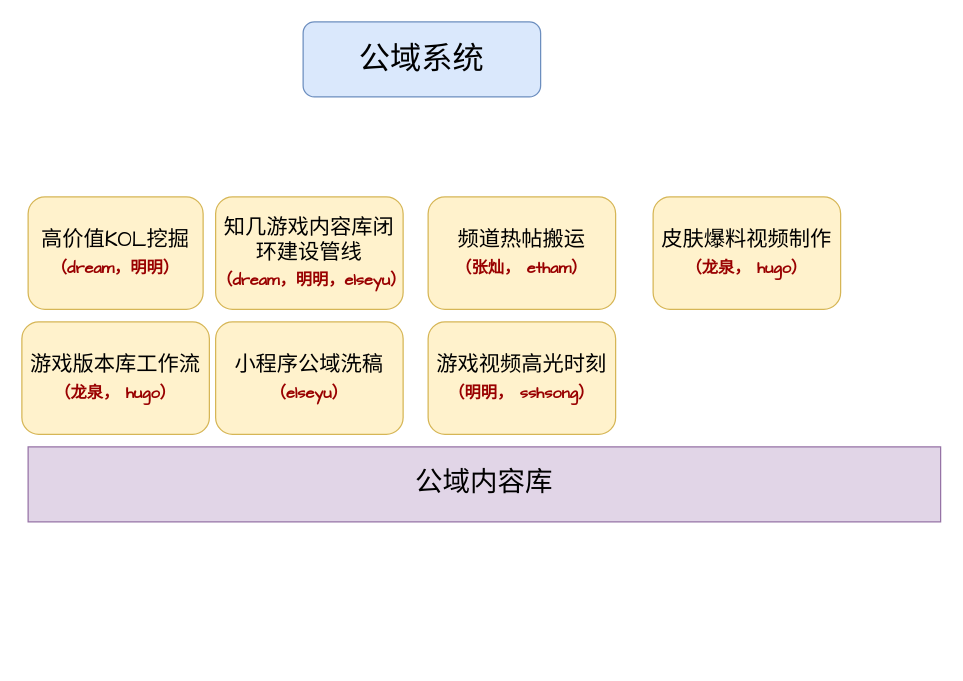
The draw.io diagram 私域整体.drawio in skindhu/9GAG, before the edit. Source tidied: cells renumbered, new cells numbered last; positions are measured from the earlier drawing's top-left corner, leaving out a move shared by most shapes. Both pictures are drawn from the tidied source at 125%, with x=0, y=0 at pixel (21, 21).
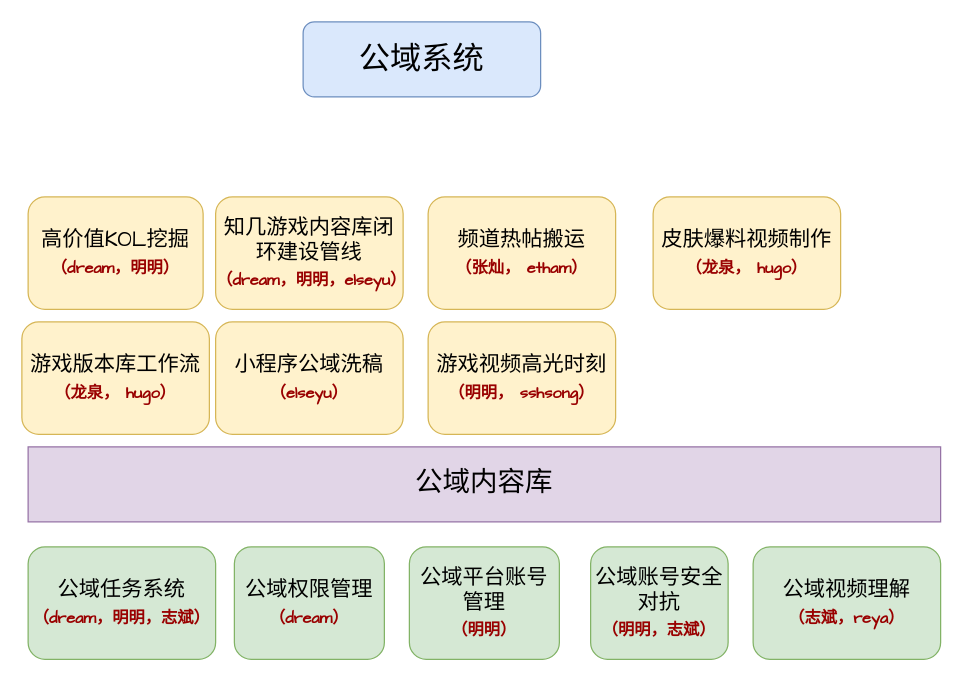
The same page after the edit.

Change to the diagram source:
```diff
@@
 <mxGraphModel>
   <root>
     <mxCell id="0" />
     <mxCell id="1" parent="0" />
     <mxCell id="2" value="公域系统" style="text;html=1;whiteSpace=wrap;strokeColor=#6c8ebf;fillColor=#dae8fc;align=center;verticalAlign=middle;rounded=1;fontFamily=Architects Daughter;fontSize=25;" parent="1" vertex="1">
       <mxGeometry x="225" width="190" height="60" as="geometry" />
     </mxCell>
     <mxCell id="3" value="公域内容库" style="rounded=0;whiteSpace=wrap;html=1;hachureGap=4;fontFamily=Architects Daughter;fontSize=22;fillColor=#e1d5e7;strokeColor=#9673a6;" parent="1" vertex="1">
       <mxGeometry x="5" y="340" width="730" height="60" as="geometry" />
     </mxCell>
     <mxCell id="4" value="知几游戏内容库闭环建设管线&lt;div&gt;&lt;b&gt;&lt;font style=&quot;font-size: 13px; color: rgb(153, 0, 0);&quot;&gt;（dream，明明，elseyu）&lt;/font&gt;&lt;/b&gt;&lt;/div&gt;" style="rounded=1;whiteSpace=wrap;html=1;hachureGap=4;fontFamily=Architects Daughter;fontSize=17;fillColor=#fff2cc;strokeColor=#d6b656;" parent="1" vertex="1">
       <mxGeometry x="155" y="140" width="150" height="90" as="geometry" />
     </mxCell>
     <mxCell id="5" value="高价值KOL挖掘&lt;div&gt;&lt;b&gt;&lt;font style=&quot;font-size: 13px; color: rgb(153, 0, 0);&quot;&gt;（dream，明明）&lt;/font&gt;&lt;/b&gt;&lt;/div&gt;" style="rounded=1;whiteSpace=wrap;html=1;hachureGap=4;fontFamily=Architects Daughter;fontSize=17;fillColor=#fff2cc;strokeColor=#d6b656;" parent="1" vertex="1">
       <mxGeometry x="5" y="140" width="140" height="90" as="geometry" />
     </mxCell>
     <mxCell id="6" value="皮肤爆料视频制作&lt;div&gt;&lt;b&gt;&lt;font style=&quot;font-size: 13px; color: rgb(153, 0, 0);&quot;&gt;（龙泉， hugo）&lt;/font&gt;&lt;/b&gt;&lt;/div&gt;" style="rounded=1;whiteSpace=wrap;html=1;hachureGap=4;fontFamily=Architects Daughter;fontSize=17;fillColor=#fff2cc;strokeColor=#d6b656;" parent="1" vertex="1">
       <mxGeometry x="505" y="140" width="150" height="90" as="geometry" />
     </mxCell>
     <mxCell id="7" value="频道热帖搬运&lt;div&gt;&lt;b&gt;&lt;font style=&quot;font-size: 13px; color: rgb(153, 0, 0);&quot;&gt;（张灿， etham）&lt;/font&gt;&lt;/b&gt;&lt;/div&gt;" style="rounded=1;whiteSpace=wrap;html=1;hachureGap=4;fontFamily=Architects Daughter;fontSize=17;fillColor=#fff2cc;strokeColor=#d6b656;" parent="1" vertex="1">
       <mxGeometry x="325" y="140" width="150" height="90" as="geometry" />
     </mxCell>
     <mxCell id="8" value="小程序公域洗稿&lt;div&gt;&lt;b&gt;&lt;font style=&quot;font-size: 13px; color: rgb(153, 0, 0);&quot;&gt;（elseyu）&lt;/font&gt;&lt;/b&gt;&lt;/div&gt;" style="rounded=1;whiteSpace=wrap;html=1;hachureGap=4;fontFamily=Architects Daughter;fontSize=17;fillColor=#fff2cc;strokeColor=#d6b656;" parent="1" vertex="1">
       <mxGeometry x="155" y="240" width="150" height="90" as="geometry" />
     </mxCell>
     <mxCell id="9" value="游戏版本库工作流&lt;div&gt;&lt;b&gt;&lt;font style=&quot;font-size: 13px; color: rgb(153, 0, 0);&quot;&gt;（龙泉， hugo）&lt;/font&gt;&lt;/b&gt;&lt;/div&gt;" style="rounded=1;whiteSpace=wrap;html=1;hachureGap=4;fontFamily=Architects Daughter;fontSize=17;fillColor=#fff2cc;strokeColor=#d6b656;" parent="1" vertex="1">
       <mxGeometry y="240" width="150" height="90" as="geometry" />
     </mxCell>
     <mxCell id="10" value="游戏视频高光时刻&lt;div&gt;&lt;b&gt;&lt;font style=&quot;font-size: 13px; color: rgb(153, 0, 0);&quot;&gt;（明明， sshsong）&lt;/font&gt;&lt;/b&gt;&lt;/div&gt;" style="rounded=1;whiteSpace=wrap;html=1;hachureGap=4;fontFamily=Architects Daughter;fontSize=17;fillColor=#fff2cc;strokeColor=#d6b656;" parent="1" vertex="1">
       <mxGeometry x="325" y="240" width="150" height="90" as="geometry" />
     </mxCell>
+    <mxCell id="11" value="公域任务系统&lt;div&gt;&lt;b&gt;&lt;font style=&quot;font-size: 13px; color: rgb(153, 0, 0);&quot;&gt;（dream，明明，志斌）&lt;/font&gt;&lt;/b&gt;&lt;/div&gt;" style="rounded=1;whiteSpace=wrap;html=1;hachureGap=4;fontFamily=Architects Daughter;fontSize=17;fillColor=#d5e8d4;strokeColor=#82b366;" parent="1" vertex="1">
+      <mxGeometry x="5" y="420" width="150" height="90" as="geometry" />
+    </mxCell>
+    <mxCell id="12" value="公域权限管理&lt;div&gt;&lt;b&gt;&lt;font style=&quot;font-size: 13px; color: rgb(153, 0, 0);&quot;&gt;（dream）&lt;/font&gt;&lt;/b&gt;&lt;/div&gt;" style="rounded=1;whiteSpace=wrap;html=1;hachureGap=4;fontFamily=Architects Daughter;fontSize=17;fillColor=#d5e8d4;strokeColor=#82b366;" parent="1" vertex="1">
+      <mxGeometry x="170" y="420" width="120" height="90" as="geometry" />
+    </mxCell>
+    <mxCell id="13" value="公域平台账号管理&lt;div&gt;&lt;b&gt;&lt;font style=&quot;font-size: 13px; color: rgb(153, 0, 0);&quot;&gt;（明明）&lt;/font&gt;&lt;/b&gt;&lt;/div&gt;" style="rounded=1;whiteSpace=wrap;html=1;hachureGap=4;fontFamily=Architects Daughter;fontSize=17;fillColor=#d5e8d4;strokeColor=#82b366;" parent="1" vertex="1">
+      <mxGeometry x="310" y="420" width="120" height="90" as="geometry" />
+    </mxCell>
+    <mxCell id="14" value="公域账号安全对抗&lt;div&gt;&lt;b&gt;&lt;font style=&quot;font-size: 13px; color: rgb(153, 0, 0);&quot;&gt;（明明，志斌）&lt;/font&gt;&lt;/b&gt;&lt;/div&gt;" style="rounded=1;whiteSpace=wrap;html=1;hachureGap=4;fontFamily=Architects Daughter;fontSize=17;fillColor=#d5e8d4;strokeColor=#82b366;" parent="1" vertex="1">
+      <mxGeometry x="455" y="420" width="110" height="90" as="geometry" />
+    </mxCell>
+    <mxCell id="15" value="公域视频理解&lt;div&gt;&lt;b&gt;&lt;font style=&quot;font-size: 13px; color: rgb(153, 0, 0);&quot;&gt;（志斌，reya）&lt;/font&gt;&lt;/b&gt;&lt;/div&gt;" style="rounded=1;whiteSpace=wrap;html=1;hachureGap=4;fontFamily=Architects Daughter;fontSize=17;fillColor=#d5e8d4;strokeColor=#82b366;" parent="1" vertex="1">
+      <mxGeometry x="585" y="420" width="150" height="90" as="geometry" />
+    </mxCell>
   </root>
 </mxGraphModel>
```
